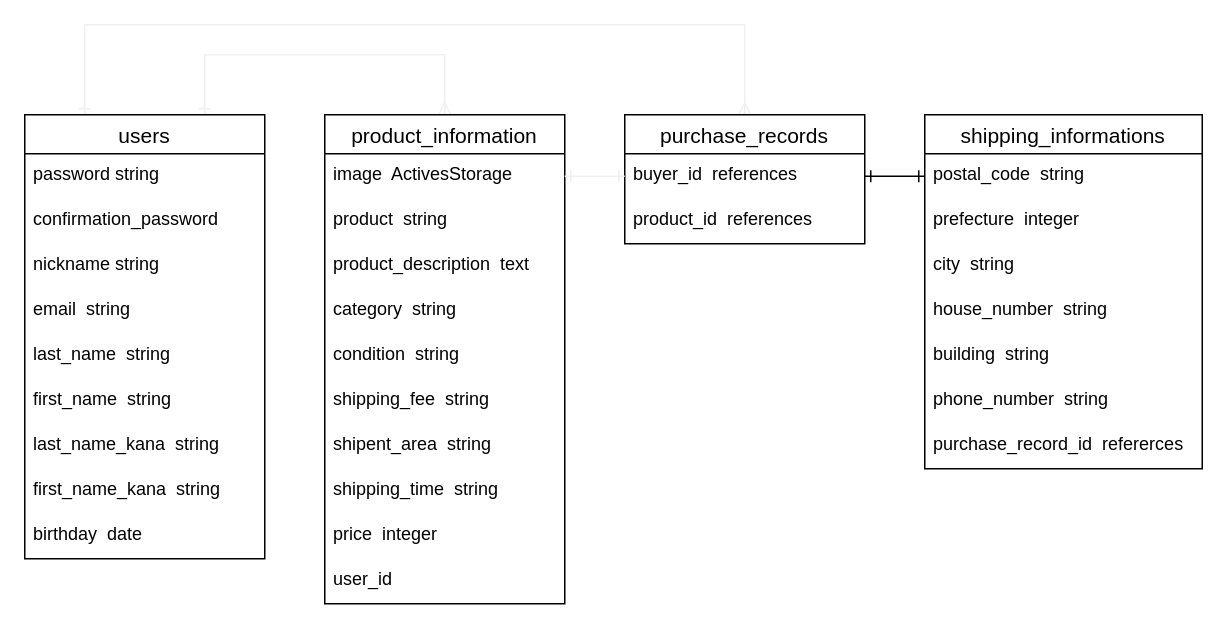
Earlier version of the draw.io diagram public/test.dio (harusukepapa/furima-34525). Source tidied: cells renumbered, new cells numbered last; positions are measured from the earlier drawing's top-left corner, leaving out a move shared by most shapes. Both pictures are drawn from the tidied source at 150%, with x=0, y=0 at pixel (24, 24).
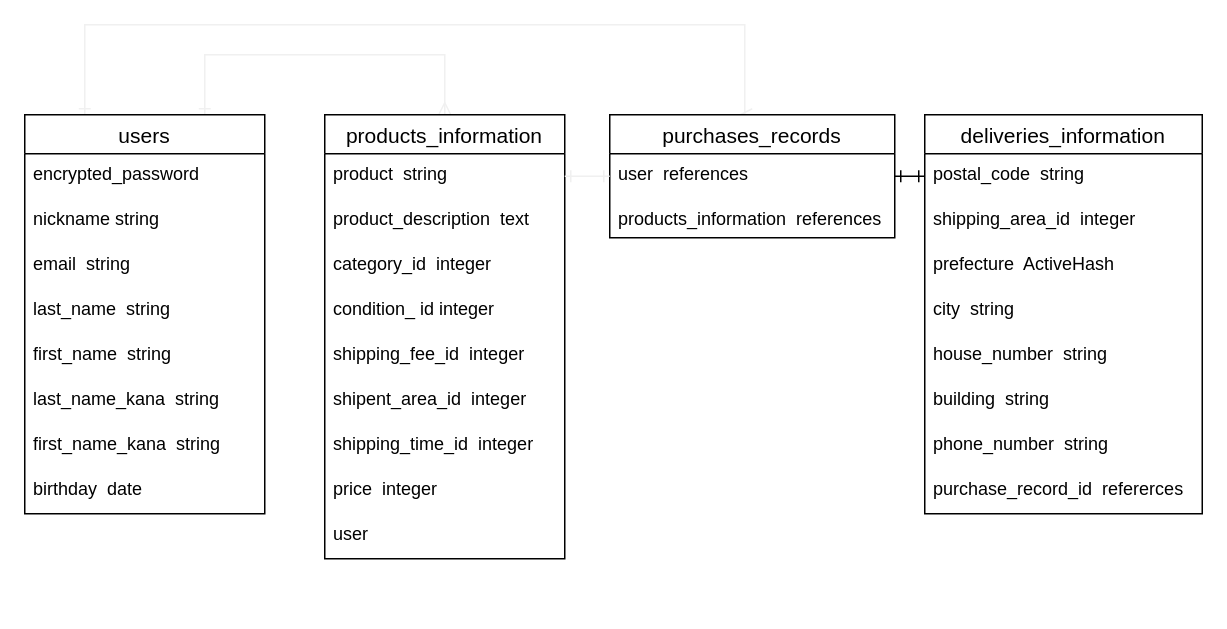
The same diagram, later.

Commit message (it also covers changes not shown here):
データベース修正ver.1

Diff of the diagram source:
```diff
@@
     <mxCell id="4" value="users" style="swimlane;fontStyle=0;horizontal=1;startSize=26;align=center;fontSize=14;" parent="1" vertex="1">
-      <mxGeometry y="60" width="160" height="296" as="geometry" />
+      <mxGeometry y="60" width="160" height="266" as="geometry" />
     </mxCell>
-    <mxCell id="5" value="password string    " style="text;strokeColor=none;fillColor=none;spacingLeft=4;spacingRight=4;overflow=hidden;fontSize=12;" parent="4" vertex="1">
-      <mxGeometry y="26" width="160" height="30" as="geometry" />
-    </mxCell>
-    <mxCell id="6" value="confirmation_password " style="text;strokeColor=none;fillColor=none;spacingLeft=4;spacingRight=4;overflow=hidden;fontSize=12;" parent="4" vertex="1">
-      <mxGeometry y="56" width="160" height="30" as="geometry" />
+    <mxCell id="6" value="encrypted_password " style="text;strokeColor=none;fillColor=none;spacingLeft=4;spacingRight=4;overflow=hidden;fontSize=12;" parent="4" vertex="1">
+      <mxGeometry y="26" width="160" height="30" as="geometry" />
     </mxCell>
     <mxCell id="7" value="nickname string    " style="text;strokeColor=none;fillColor=none;spacingLeft=4;spacingRight=4;overflow=hidden;fontSize=12;" parent="4" vertex="1">
-      <mxGeometry y="86" width="160" height="30" as="geometry" />
+      <mxGeometry y="56" width="160" height="30" as="geometry" />
     </mxCell>
     <mxCell id="8" value="email  string" style="text;strokeColor=none;fillColor=none;spacingLeft=4;spacingRight=4;overflow=hidden;fontSize=12;" parent="4" vertex="1">
-      <mxGeometry y="116" width="160" height="30" as="geometry" />
+      <mxGeometry y="86" width="160" height="30" as="geometry" />
     </mxCell>
     <mxCell id="9" value="last_name  string" style="text;strokeColor=none;fillColor=none;spacingLeft=4;spacingRight=4;overflow=hidden;fontSize=12;" parent="4" vertex="1">
-      <mxGeometry y="146" width="160" height="30" as="geometry" />
+      <mxGeometry y="116" width="160" height="30" as="geometry" />
     </mxCell>
     <mxCell id="10" value="first_name  string" style="text;strokeColor=none;fillColor=none;spacingLeft=4;spacingRight=4;overflow=hidden;fontSize=12;" parent="4" vertex="1">
-      <mxGeometry y="176" width="160" height="30" as="geometry" />
+      <mxGeometry y="146" width="160" height="30" as="geometry" />
     </mxCell>
     <mxCell id="11" value="last_name_kana  string" style="text;strokeColor=none;fillColor=none;spacingLeft=4;spacingRight=4;overflow=hidden;fontSize=12;" parent="4" vertex="1">
-      <mxGeometry y="206" width="160" height="30" as="geometry" />
+      <mxGeometry y="176" width="160" height="30" as="geometry" />
     </mxCell>
     <mxCell id="12" value="first_name_kana  string" style="text;strokeColor=none;fillColor=none;spacingLeft=4;spacingRight=4;overflow=hidden;fontSize=12;" parent="4" vertex="1">
-      <mxGeometry y="236" width="160" height="30" as="geometry" />
+      <mxGeometry y="206" width="160" height="30" as="geometry" />
     </mxCell>
     <mxCell id="13" value="birthday  date" style="text;strokeColor=none;fillColor=none;spacingLeft=4;spacingRight=4;overflow=hidden;fontSize=12;" parent="4" vertex="1">
-      <mxGeometry y="266" width="160" height="30" as="geometry" />
+      <mxGeometry y="236" width="160" height="30" as="geometry" />
     </mxCell>
-    <mxCell id="14" value="product_information" style="swimlane;fontStyle=0;horizontal=1;startSize=26;align=center;fontSize=14;" parent="1" vertex="1">
-      <mxGeometry x="200" y="60" width="160" height="326" as="geometry" />
+    <mxCell id="14" value="products_information" style="swimlane;fontStyle=0;horizontal=1;startSize=26;align=center;fontSize=14;" parent="1" vertex="1">
+      <mxGeometry x="200" y="60" width="160" height="296" as="geometry" />
     </mxCell>
-    <mxCell id="15" value="image  ActivesStorage" style="text;strokeColor=none;fillColor=none;spacingLeft=4;spacingRight=4;overflow=hidden;points=[[0,0.5],[1,0.5]];portConstraint=eastwest;fontSize=12;" parent="14" vertex="1">
-      <mxGeometry y="26" width="160" height="30" as="geometry" />
-    </mxCell>
     <mxCell id="16" value="product  string" style="text;strokeColor=none;fillColor=none;spacingLeft=4;spacingRight=4;overflow=hidden;fontSize=12;" parent="14" vertex="1">
-      <mxGeometry y="56" width="160" height="30" as="geometry" />
+      <mxGeometry y="26" width="160" height="30" as="geometry" />
     </mxCell>
     <mxCell id="17" value="product_description  text" style="text;strokeColor=none;fillColor=none;spacingLeft=4;spacingRight=4;overflow=hidden;fontSize=12;" parent="14" vertex="1">
-      <mxGeometry y="86" width="160" height="30" as="geometry" />
+      <mxGeometry y="56" width="160" height="30" as="geometry" />
     </mxCell>
-    <mxCell id="18" value="category  string" style="text;strokeColor=none;fillColor=none;spacingLeft=4;spacingRight=4;overflow=hidden;fontSize=12;" parent="14" vertex="1">
-      <mxGeometry y="116" width="160" height="30" as="geometry" />
+    <mxCell id="18" value="category_id  integer" style="text;strokeColor=none;fillColor=none;spacingLeft=4;spacingRight=4;overflow=hidden;fontSize=12;" parent="14" vertex="1">
+      <mxGeometry y="86" width="160" height="30" as="geometry" />
     </mxCell>
-    <mxCell id="19" value="condition  string" style="text;strokeColor=none;fillColor=none;spacingLeft=4;spacingRight=4;overflow=hidden;fontSize=12;" parent="14" vertex="1">
-      <mxGeometry y="146" width="160" height="30" as="geometry" />
+    <mxCell id="19" value="condition_ id integer" style="text;strokeColor=none;fillColor=none;spacingLeft=4;spacingRight=4;overflow=hidden;fontSize=12;" parent="14" vertex="1">
+      <mxGeometry y="116" width="160" height="30" as="geometry" />
     </mxCell>
-    <mxCell id="20" value="shipping_fee  string" style="text;strokeColor=none;fillColor=none;spacingLeft=4;spacingRight=4;overflow=hidden;fontSize=12;" parent="14" vertex="1">
-      <mxGeometry y="176" width="160" height="30" as="geometry" />
+    <mxCell id="20" value="shipping_fee_id  integer" style="text;strokeColor=none;fillColor=none;spacingLeft=4;spacingRight=4;overflow=hidden;fontSize=12;" parent="14" vertex="1">
+      <mxGeometry y="146" width="160" height="30" as="geometry" />
     </mxCell>
-    <mxCell id="21" value="shipent_area  string" style="text;strokeColor=none;fillColor=none;spacingLeft=4;spacingRight=4;overflow=hidden;fontSize=12;" parent="14" vertex="1">
-      <mxGeometry y="206" width="160" height="30" as="geometry" />
+    <mxCell id="21" value="shipent_area_id  integer" style="text;strokeColor=none;fillColor=none;spacingLeft=4;spacingRight=4;overflow=hidden;fontSize=12;" parent="14" vertex="1">
+      <mxGeometry y="176" width="160" height="30" as="geometry" />
     </mxCell>
-    <mxCell id="22" value="shipping_time  string" style="text;strokeColor=none;fillColor=none;spacingLeft=4;spacingRight=4;overflow=hidden;fontSize=12;" parent="14" vertex="1">
-      <mxGeometry y="236" width="160" height="30" as="geometry" />
+    <mxCell id="22" value="shipping_time_id  integer" style="text;strokeColor=none;fillColor=none;spacingLeft=4;spacingRight=4;overflow=hidden;fontSize=12;" parent="14" vertex="1">
+      <mxGeometry y="206" width="160" height="30" as="geometry" />
     </mxCell>
     <mxCell id="23" value="price  integer" style="text;strokeColor=none;fillColor=none;spacingLeft=4;spacingRight=4;overflow=hidden;fontSize=12;" parent="14" vertex="1">
-      <mxGeometry y="266" width="160" height="30" as="geometry" />
+      <mxGeometry y="236" width="160" height="30" as="geometry" />
     </mxCell>
-    <mxCell id="24" value="user_id" style="text;strokeColor=none;fillColor=none;spacingLeft=4;spacingRight=4;overflow=hidden;fontSize=12;" parent="14" vertex="1">
-      <mxGeometry y="296" width="160" height="30" as="geometry" />
+    <mxCell id="24" value="user" style="text;strokeColor=none;fillColor=none;spacingLeft=4;spacingRight=4;overflow=hidden;fontSize=12;" parent="14" vertex="1">
+      <mxGeometry y="266" width="160" height="30" as="geometry" />
     </mxCell>
-    <mxCell id="25" value="purchase_records" style="swimlane;fontStyle=0;horizontal=1;startSize=26;align=center;fontSize=14;" parent="1" vertex="1">
-      <mxGeometry x="400" y="60" width="160" height="86" as="geometry" />
+    <mxCell id="25" value="purchases_records" style="swimlane;fontStyle=0;horizontal=1;startSize=26;align=center;fontSize=14;" parent="1" vertex="1">
+      <mxGeometry x="390" y="60" width="190" height="82" as="geometry" />
     </mxCell>
-    <mxCell id="26" value="buyer_id  references" style="text;strokeColor=none;fillColor=none;spacingLeft=4;spacingRight=4;overflow=hidden;points=[[0,0.5],[1,0.5]];portConstraint=eastwest;fontSize=12;" parent="25" vertex="1">
-      <mxGeometry y="26" width="160" height="30" as="geometry" />
+    <mxCell id="26" value="user  references" style="text;strokeColor=none;fillColor=none;spacingLeft=4;spacingRight=4;overflow=hidden;points=[[0,0.5],[1,0.5]];portConstraint=eastwest;fontSize=12;" parent="25" vertex="1">
+      <mxGeometry y="26" width="190" height="30" as="geometry" />
     </mxCell>
-    <mxCell id="27" value="product_id  references" style="text;strokeColor=none;fillColor=none;spacingLeft=4;spacingRight=4;overflow=hidden;fontSize=12;" parent="25" vertex="1">
-      <mxGeometry y="56" width="160" height="30" as="geometry" />
+    <mxCell id="27" value="products_information  references" style="text;strokeColor=none;fillColor=none;spacingLeft=4;spacingRight=4;overflow=hidden;fontSize=12;" parent="25" vertex="1">
+      <mxGeometry y="56" width="190" height="26" as="geometry" />
     </mxCell>
-    <mxCell id="28" value="shipping_informations" style="swimlane;fontStyle=0;horizontal=1;startSize=26;align=center;fontSize=14;" parent="1" vertex="1">
-      <mxGeometry x="600" y="60" width="185" height="236" as="geometry" />
+    <mxCell id="28" value="deliveries_information" style="swimlane;fontStyle=0;horizontal=1;startSize=26;align=center;fontSize=14;" parent="1" vertex="1">
+      <mxGeometry x="600" y="60" width="185" height="266" as="geometry" />
     </mxCell>
@@
-    <mxCell id="30" value="prefecture  integer" style="text;strokeColor=none;fillColor=none;spacingLeft=4;spacingRight=4;overflow=hidden;fontSize=12;" parent="28" vertex="1">
+    <mxCell id="30" value="shipping_area_id  integer" style="text;strokeColor=none;fillColor=none;spacingLeft=4;spacingRight=4;overflow=hidden;fontSize=12;" parent="28" vertex="1">
       <mxGeometry y="56" width="185" height="30" as="geometry" />
     </mxCell>
+    <mxCell id="38" value="prefecture  ActiveHash" style="text;strokeColor=none;fillColor=none;spacingLeft=4;spacingRight=4;overflow=hidden;fontSize=12;" parent="28" vertex="1">
+      <mxGeometry y="86" width="185" height="30" as="geometry" />
+    </mxCell>
     <mxCell id="31" value="city  string" style="text;strokeColor=none;fillColor=none;spacingLeft=4;spacingRight=4;overflow=hidden;fontSize=12;" parent="28" vertex="1">
-      <mxGeometry y="86" width="185" height="30" as="geometry" />
+      <mxGeometry y="116" width="185" height="30" as="geometry" />
     </mxCell>
     <mxCell id="32" value="house_number  string" style="text;strokeColor=none;fillColor=none;spacingLeft=4;spacingRight=4;overflow=hidden;fontSize=12;" parent="28" vertex="1">
-      <mxGeometry y="116" width="185" height="30" as="geometry" />
+      <mxGeometry y="146" width="185" height="30" as="geometry" />
     </mxCell>
     <mxCell id="33" value="building  string" style="text;strokeColor=none;fillColor=none;spacingLeft=4;spacingRight=4;overflow=hidden;fontSize=12;" parent="28" vertex="1">
-      <mxGeometry y="146" width="185" height="30" as="geometry" />
+      <mxGeometry y="176" width="185" height="30" as="geometry" />
     </mxCell>
     <mxCell id="34" value="phone_number  string" style="text;strokeColor=none;fillColor=none;spacingLeft=4;spacingRight=4;overflow=hidden;fontSize=12;" parent="28" vertex="1">
-      <mxGeometry y="176" width="185" height="30" as="geometry" />
+      <mxGeometry y="206" width="185" height="30" as="geometry" />
     </mxCell>
     <mxCell id="35" value="purchase_record_id  refererces" style="text;strokeColor=none;fillColor=none;spacingLeft=4;spacingRight=4;overflow=hidden;fontSize=12;" parent="28" vertex="1">
-      <mxGeometry y="206" width="185" height="30" as="geometry" />
+      <mxGeometry y="236" width="185" height="30" as="geometry" />
     </mxCell>
@@
-    <mxCell id="37" style="edgeStyle=orthogonalEdgeStyle;rounded=0;jettySize=auto;html=1;exitX=1;exitY=0.5;exitDx=0;exitDy=0;entryX=0;entryY=0.5;entryDx=0;entryDy=0;startArrow=ERone;startFill=0;endArrow=ERone;endFill=0;strokeColor=#f0f0f0;" parent="1" edge="1" source="15" target="26">
-      <mxGeometry relative="1" as="geometry" />
+    <mxCell id="37" style="edgeStyle=orthogonalEdgeStyle;rounded=0;jettySize=auto;html=1;exitX=1;exitY=0.5;exitDx=0;exitDy=0;entryX=0;entryY=0.5;entryDx=0;entryDy=0;startArrow=ERone;startFill=0;endArrow=ERone;endFill=0;strokeColor=#f0f0f0;" parent="1" edge="1" target="26">
+      <mxGeometry relative="1" as="geometry">
+        <mxPoint x="360" y="101" as="sourcePoint" />
+      </mxGeometry>
     </mxCell>
```
